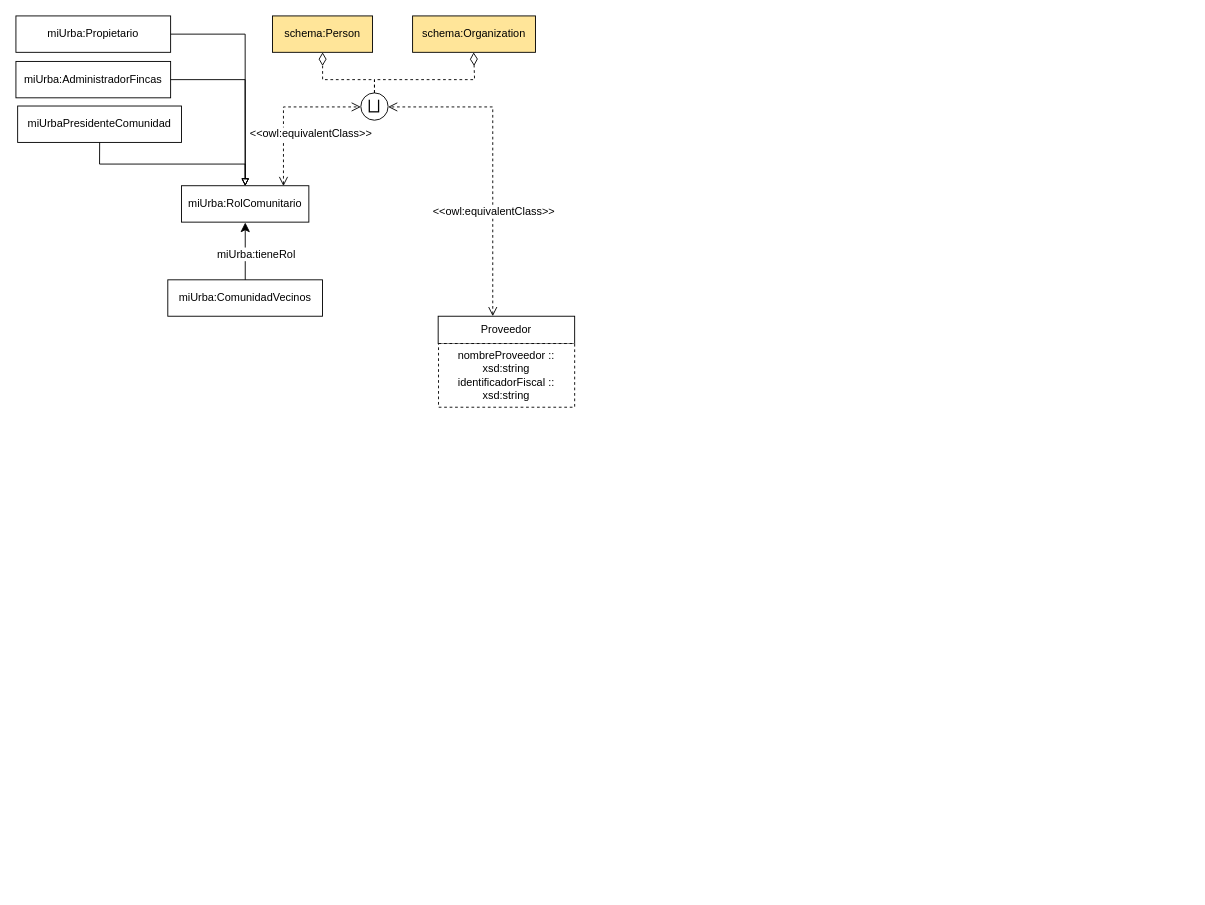
Above: page "gobernanza" (6 of 6) of diagrams/diagrama.drawio in oeg-upm/ontologia-miUrba (draw.io), before the change. Source tidied: cells renumbered, new cells numbered last; positions are measured from the earlier drawing's top-left corner, leaving out a move shared by most shapes. Both pictures are drawn from the tidied source at 91%, with x=0, y=0 at pixel (15, 15).
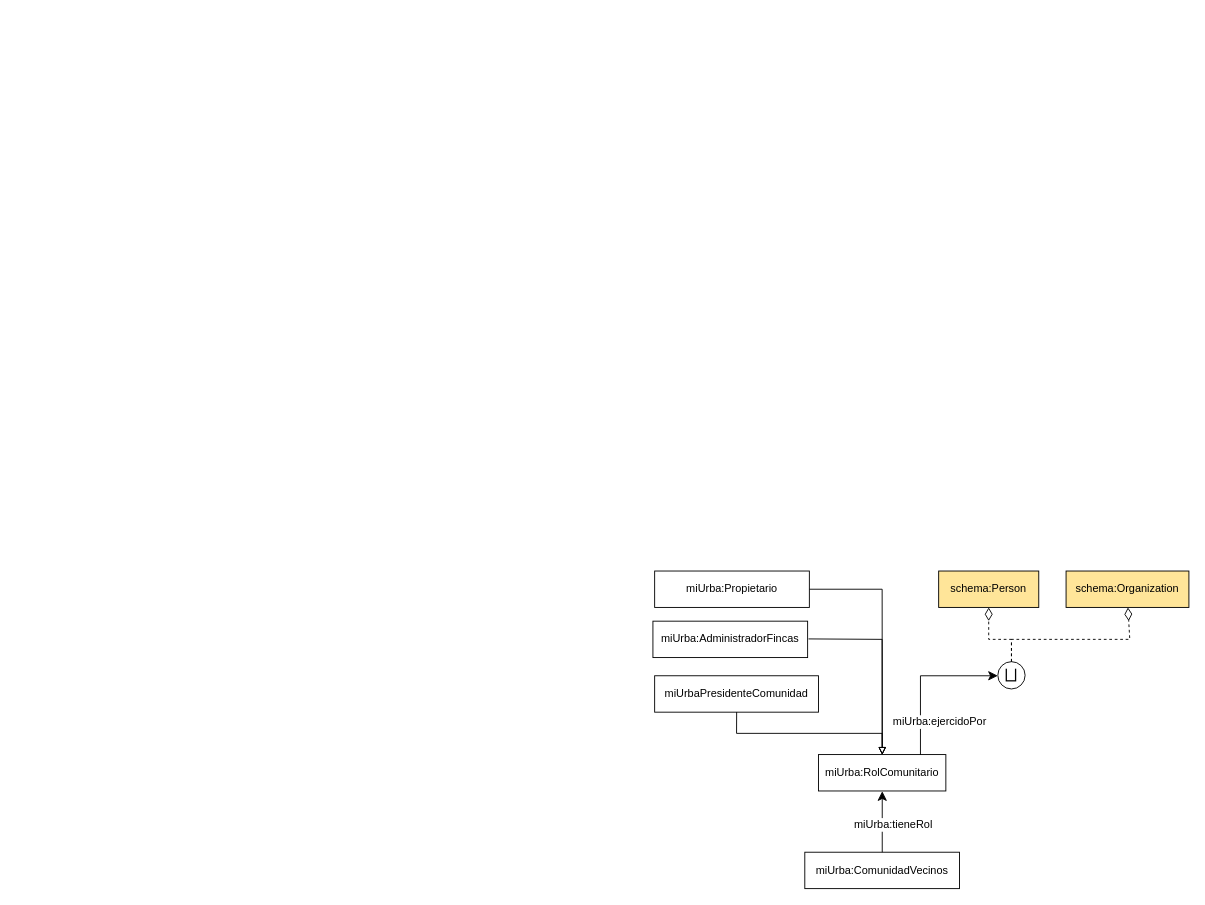
Above is the later version.

The edit, as a diff of the source:
```diff
@@
     <mxCell id="2" value="miUrba:ComunidadVecinos" style="rounded=0;whiteSpace=wrap;html=1;snapToPoint=1;points=[[0.1,0],[0.2,0],[0.3,0],[0.4,0],[0.5,0],[0.6,0],[0.7,0],[0.8,0],[0.9,0],[0,0.1],[0,0.3],[0,0.5],[0,0.7],[0,0.9],[0.1,1],[0.2,1],[0.3,1],[0.4,1],[0.5,1],[0.6,1],[0.7,1],[0.8,1],[0.9,1],[1,0.1],[1,0.3],[1,0.5],[1,0.7],[1,0.9]];" parent="1" vertex="1">
-      <mxGeometry x="166.9" y="290" width="170" height="40" as="geometry" />
+      <mxGeometry x="866.9" y="919" width="170" height="40" as="geometry" />
     </mxCell>
     <mxCell id="3" value="miUrba:RolComunitario" style="rounded=0;whiteSpace=wrap;html=1;snapToPoint=1;points=[[0.1,0],[0.2,0],[0.3,0],[0.4,0],[0.5,0],[0.6,0],[0.7,0],[0.8,0],[0.9,0],[0,0.1],[0,0.3],[0,0.5],[0,0.7],[0,0.9],[0.1,1],[0.2,1],[0.3,1],[0.4,1],[0.5,1],[0.6,1],[0.7,1],[0.8,1],[0.9,1],[1,0.1],[1,0.3],[1,0.5],[1,0.7],[1,0.9]];" parent="1" vertex="1">
-      <mxGeometry x="181.9" y="186.6" width="140" height="40" as="geometry" />
+      <mxGeometry x="881.9" y="811.7" width="140" height="40" as="geometry" />
     </mxCell>
     <mxCell id="4" value="miUrbaPresidenteComunidad" style="rounded=0;whiteSpace=wrap;html=1;snapToPoint=1;points=[[0.1,0],[0.2,0],[0.3,0],[0.4,0],[0.5,0],[0.6,0],[0.7,0],[0.8,0],[0.9,0],[0,0.1],[0,0.3],[0,0.5],[0,0.7],[0,0.9],[0.1,1],[0.2,1],[0.3,1],[0.4,1],[0.5,1],[0.6,1],[0.7,1],[0.8,1],[0.9,1],[1,0.1],[1,0.3],[1,0.5],[1,0.7],[1,0.9]];" parent="1" vertex="1">
-      <mxGeometry x="1.9" y="99" width="180" height="40" as="geometry" />
+      <mxGeometry x="701.9" y="725.1" width="180" height="40" as="geometry" />
     </mxCell>
     <mxCell id="5" value="miUrba:AdministradorFincas" style="rounded=0;whiteSpace=wrap;html=1;snapToPoint=1;points=[[0.1,0],[0.2,0],[0.3,0],[0.4,0],[0.5,0],[0.6,0],[0.7,0],[0.8,0],[0.9,0],[0,0.1],[0,0.3],[0,0.5],[0,0.7],[0,0.9],[0.1,1],[0.2,1],[0.3,1],[0.4,1],[0.5,1],[0.6,1],[0.7,1],[0.8,1],[0.9,1],[1,0.1],[1,0.3],[1,0.5],[1,0.7],[1,0.9]];" parent="1" vertex="1">
-      <mxGeometry y="50" width="170" height="40" as="geometry" />
+      <mxGeometry x="700" y="665.1" width="170" height="40" as="geometry" />
     </mxCell>
-    <mxCell id="6" value="&amp;nbsp;" style="edgeLabel;html=1;align=center;verticalAlign=middle;fontSize=11;" parent="1" vertex="1">
-      <mxGeometry x="571.9" y="341.1" as="geometry" />
-    </mxCell>
@@
-    <mxCell id="8" style="endArrow=block;html=1;rounded=0;endFill=0;edgeStyle=orthogonalEdgeStyle;" parent="1" edge="1" source="5" target="3">
-      <mxGeometry relative="1" as="geometry" />
-    </mxCell>
-    <mxCell id="9" value="Proveedor" style="rounded=0;whiteSpace=wrap;html=1;snapToPoint=1;points=[[0.1,0],[0.2,0],[0.3,0],[0.4,0],[0.5,0],[0.6,0],[0.7,0],[0.8,0],[0.9,0],[0,0.1],[0,0.3],[0,0.5],[0,0.7],[0,0.9],[0.1,1],[0.2,1],[0.3,1],[0.4,1],[0.5,1],[0.6,1],[0.7,1],[0.8,1],[0.9,1],[1,0.1],[1,0.3],[1,0.5],[1,0.7],[1,0.9]];" parent="1" vertex="1">
-      <mxGeometry x="464" y="330" width="150" height="30" as="geometry" />
-    </mxCell>
+    <mxCell id="24" style="endArrow=block;html=1;rounded=0;endFill=0;edgeStyle=orthogonalEdgeStyle;" parent="1" edge="1" target="3">
+      <mxGeometry relative="1" as="geometry">
+        <mxPoint x="871" y="684.6" as="sourcePoint" />
+      </mxGeometry>
+    </mxCell>
     <mxCell id="10" value="schema:Person" style="rounded=0;whiteSpace=wrap;html=1;snapToPoint=1;points=[[0.1,0],[0.2,0],[0.3,0],[0.4,0],[0.5,0],[0.6,0],[0.7,0],[0.8,0],[0.9,0],[0,0.1],[0,0.3],[0,0.5],[0,0.7],[0,0.9],[0.1,1],[0.2,1],[0.3,1],[0.4,1],[0.5,1],[0.6,1],[0.7,1],[0.8,1],[0.9,1],[1,0.1],[1,0.3],[1,0.5],[1,0.7],[1,0.9]];fillColor=#FFE599;" parent="1" vertex="1">
-      <mxGeometry x="281.9" width="110" height="40" as="geometry" />
+      <mxGeometry x="1014" y="610" width="110" height="40" as="geometry" />
     </mxCell>
     <mxCell id="11" value="schema:Organization" style="rounded=0;whiteSpace=wrap;html=1;snapToPoint=1;points=[[0.1,0],[0.2,0],[0.3,0],[0.4,0],[0.5,0],[0.6,0],[0.7,0],[0.8,0],[0.9,0],[0,0.1],[0,0.3],[0,0.5],[0,0.7],[0,0.9],[0.1,1],[0.2,1],[0.3,1],[0.4,1],[0.5,1],[0.6,1],[0.7,1],[0.8,1],[0.9,1],[1,0.1],[1,0.3],[1,0.5],[1,0.7],[1,0.9]];fillColor=#FFE599;" parent="1" vertex="1">
-      <mxGeometry x="435.9" width="135" height="40" as="geometry" />
+      <mxGeometry x="1154" y="610" width="135" height="40" as="geometry" />
     </mxCell>
     <mxCell id="12" value="&lt;span class=&quot;st&quot;&gt;⨆&lt;/span&gt;" style="ellipse;whiteSpace=wrap;html=1;fontSize=17;" parent="1" vertex="1">
-      <mxGeometry x="379" y="84.6" width="30" height="30" as="geometry" />
+      <mxGeometry x="1079" y="709.6" width="30" height="30" as="geometry" />
     </mxCell>
     <mxCell id="13" style="endArrow=diamondThin;endSize=12;html=1;fontColor=#000099;endFill=0;dashed=1;arcSize=0;rounded=0;edgeStyle=orthogonalEdgeStyle;" parent="1" edge="1" source="12" target="10">
       <mxGeometry relative="1" as="geometry">
         <Array as="points">
-          <mxPoint x="394" y="70" />
-          <mxPoint x="337" y="70" />
+          <mxPoint x="1094" y="685.1" />
+          <mxPoint x="1069" y="685.1" />
         </Array>
       </mxGeometry>
     </mxCell>
     <mxCell id="14" style="endArrow=diamondThin;endSize=12;html=1;fontColor=#000099;endFill=0;dashed=1;arcSize=0;rounded=0;edgeStyle=orthogonalEdgeStyle;" parent="1" edge="1" source="12" target="11">
       <mxGeometry relative="1" as="geometry">
         <Array as="points">
-          <mxPoint x="394" y="70" />
-          <mxPoint x="504" y="70" />
+          <mxPoint x="1094" y="685.1" />
+          <mxPoint x="1224" y="685.1" />
         </Array>
       </mxGeometry>
     </mxCell>
-    <mxCell id="15" style="endArrow=open;html=1;fontColor=#000099;endFill=0;dashed=1;endSize=8;startArrow=open;startFill=0;startSize=8;rounded=0;edgeStyle=orthogonalEdgeStyle;" parent="1" edge="1" source="3" target="12">
-      <mxGeometry relative="1" as="geometry">
-        <Array as="points">
-          <mxPoint x="294" y="100" />
-        </Array>
-      </mxGeometry>
-    </mxCell>
-    <mxCell id="16" value="&amp;lt;&amp;lt;owl:equivalentClass&amp;gt;&amp;gt;" style="text;html=1;align=center;verticalAlign=middle;fontColor=#000000;labelBackgroundColor=#ffffff;" parent="15" vertex="1">
-      <mxGeometry x="-0.33" relative="1" as="geometry">
-        <mxPoint x="29.3" as="offset" />
-      </mxGeometry>
-    </mxCell>
-    <mxCell id="17" style="endArrow=open;html=1;fontColor=#000099;endFill=0;dashed=1;endSize=8;startArrow=open;startFill=0;startSize=8;rounded=0;edgeStyle=orthogonalEdgeStyle;" parent="1" edge="1" source="9" target="12">
-      <mxGeometry relative="1" as="geometry">
-        <Array as="points">
-          <mxPoint x="524" y="100" />
-        </Array>
-      </mxGeometry>
-    </mxCell>
-    <mxCell id="18" value="&amp;lt;&amp;lt;owl:equivalentClass&amp;gt;&amp;gt;" style="text;html=1;align=center;verticalAlign=middle;fontColor=#000000;labelBackgroundColor=#ffffff;" parent="17" vertex="1">
-      <mxGeometry x="-0.33" relative="1" as="geometry" />
-    </mxCell>
-    <mxCell id="19" value="nombreProveedor :: xsd:string&lt;div&gt;identificadorFiscal :: xsd:string&lt;/div&gt;" style="rounded=0;whiteSpace=wrap;html=1;dashed=1;" parent="1" vertex="1">
-      <mxGeometry x="464.4" y="360" width="149.6" height="70" as="geometry" />
-    </mxCell>
@@
     <mxCell id="22" value="miUrba:Propietario" style="rounded=0;whiteSpace=wrap;html=1;snapToPoint=1;points=[[0.1,0],[0.2,0],[0.3,0],[0.4,0],[0.5,0],[0.6,0],[0.7,0],[0.8,0],[0.9,0],[0,0.1],[0,0.3],[0,0.5],[0,0.7],[0,0.9],[0.1,1],[0.2,1],[0.3,1],[0.4,1],[0.5,1],[0.6,1],[0.7,1],[0.8,1],[0.9,1],[1,0.1],[1,0.3],[1,0.5],[1,0.7],[1,0.9]];" parent="1" vertex="1">
-      <mxGeometry width="170" height="40" as="geometry" />
+      <mxGeometry x="701.9" y="610" width="170" height="40" as="geometry" />
     </mxCell>
@@
+    <mxCell id="15" style="endArrow=classic;html=1;endSize=8;arcSize=0;rounded=0;edgeStyle=orthogonalEdgeStyle;" parent="1" edge="1" source="3" target="12">
+      <mxGeometry relative="1" as="geometry">
+        <Array as="points">
+          <mxPoint x="994" y="725.1" />
+        </Array>
+      </mxGeometry>
+    </mxCell>
+    <mxCell id="25" value="&lt;div&gt;miUrba:ejercidoPor&lt;/div&gt;" style="text;html=1;align=center;verticalAlign=middle;labelBackgroundColor=#ffffff;" parent="15" vertex="1">
+      <mxGeometry x="-0.13" relative="1" as="geometry">
+        <mxPoint x="20" y="38" as="offset" />
+      </mxGeometry>
+    </mxCell>
```
